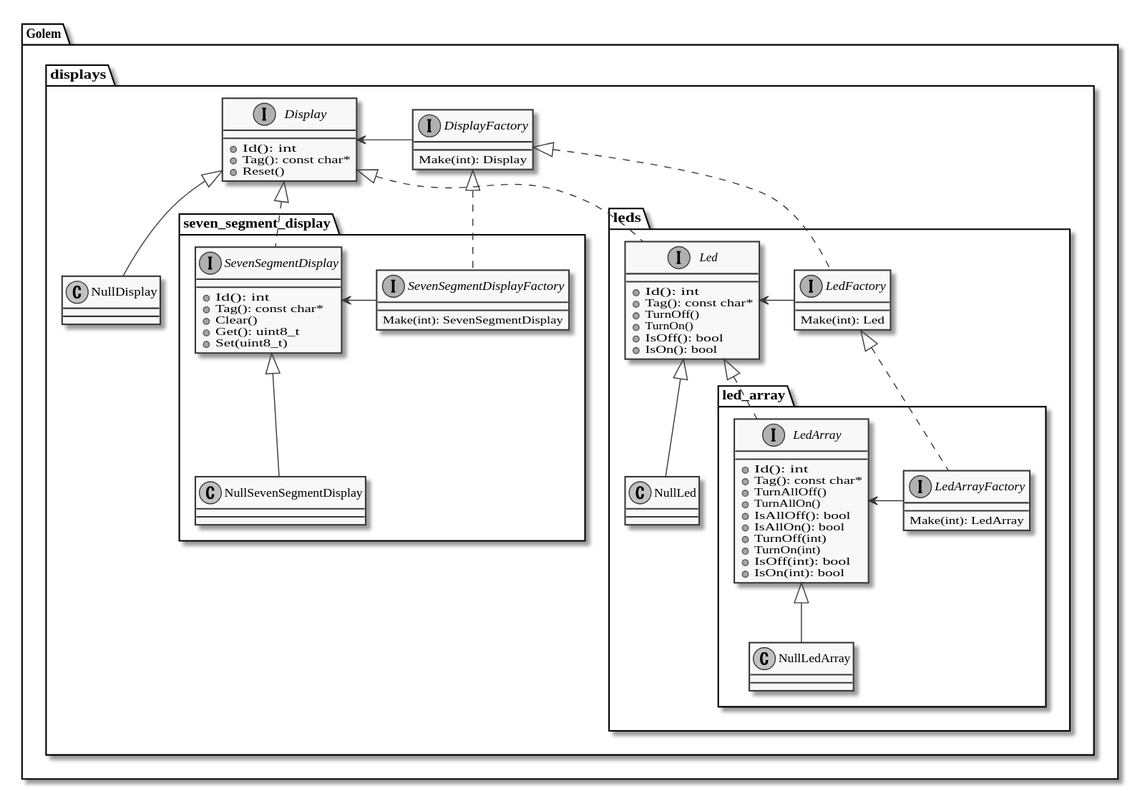
The PlantUML diagram doc/display_class_diagram.svg in kokabe2/golem, before a commit.
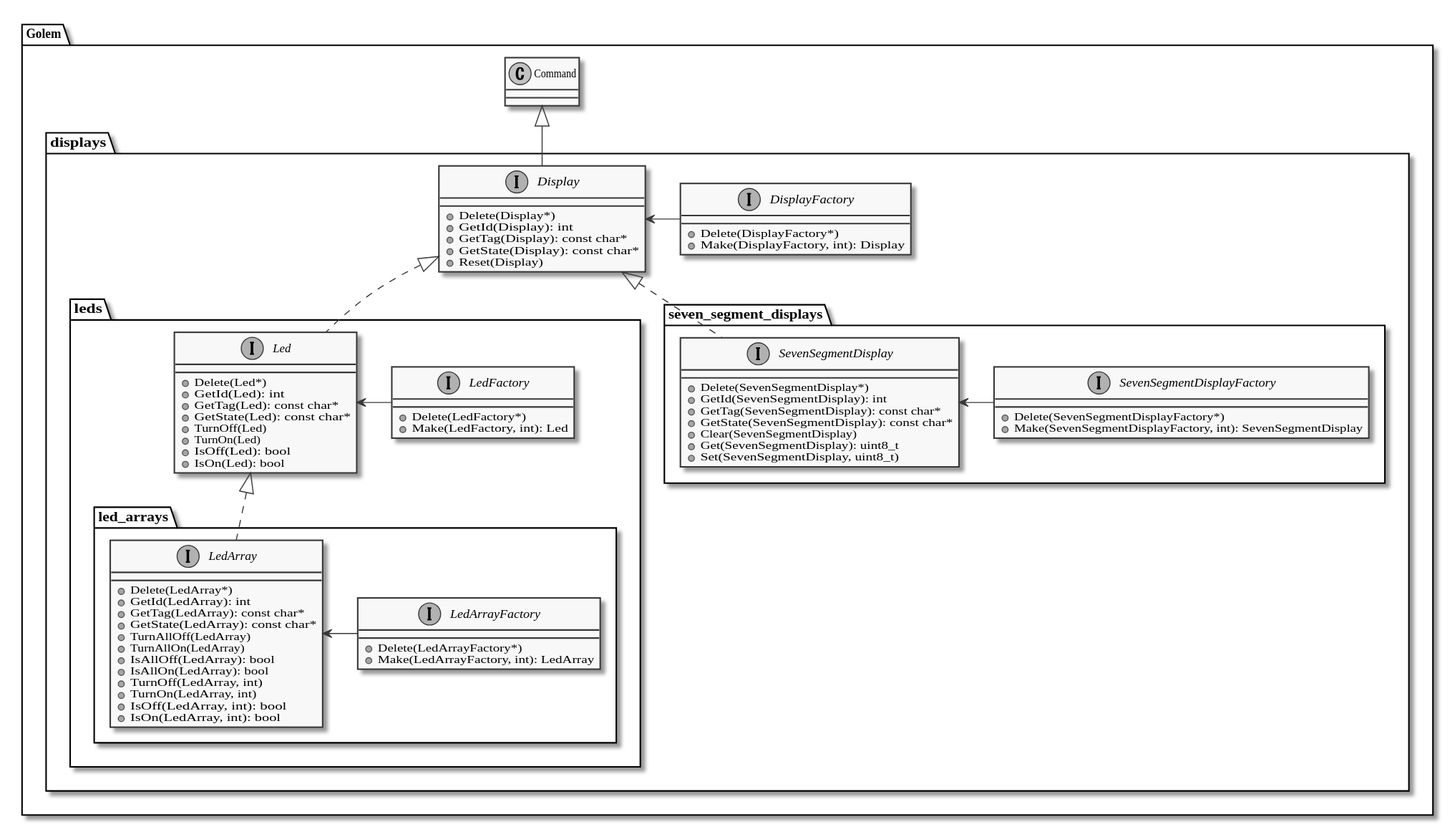
The same diagram one commit later.

Commit message:
Update class diagram

The edit, as a diff of the source:
```diff
@@ -7,73 +7,87 @@
 package Golem {
     folder displays {
         interface Display {
-            + Id(): int
-            + Tag(): const char*
-            + Reset()
+            + Delete(Display*)
+            + GetId(Display): int
+            + GetTag(Display): const char*
+            + GetState(Display): const char*
+            + Reset(Display)
         }
+
         interface DisplayFactory {
-            Make(int): Display
+            + Delete(DisplayFactory*)
+            + Make(DisplayFactory, int): Display
         }
-        class NullDisplay
+
         folder leds {
             interface Led {
-                + Id(): int
-                + Tag(): const char*
-                + TurnOff()
-                + TurnOn()
-                + IsOff(): bool
-                + IsOn(): bool
+                + Delete(Led*)
+                + GetId(Led): int
+                + GetTag(Led): const char*
+                + GetState(Led): const char*
+                + TurnOff(Led)
+                + TurnOn(Led)
+                + IsOff(Led): bool
+                + IsOn(Led): bool
             }
+
             interface LedFactory {
-                Make(int): Led
+                + Delete(LedFactory*)
+                + Make(LedFactory, int): Led
             }
-            class NullLed
-            folder led_array {
+
+            folder led_arrays {
                 interface LedArray {
-                + Id(): int
-                + Tag(): const char*
-                + TurnAllOff()
-                + TurnAllOn()
-                + IsAllOff(): bool
-                + IsAllOn(): bool
-                + TurnOff(int)
-                + TurnOn(int)
-                + IsOff(int): bool
-                + IsOn(int): bool
+                    + Delete(LedArray*)
+                    + GetId(LedArray): int
+                    + GetTag(LedArray): const char*
+                    + GetState(LedArray): const char*
+                    + TurnAllOff(LedArray)
+                    + TurnAllOn(LedArray)
+                    + IsAllOff(LedArray): bool
+                    + IsAllOn(LedArray): bool
+                    + TurnOff(LedArray, int)
+                    + TurnOn(LedArray, int)
+                    + IsOff(LedArray, int): bool
+                    + IsOn(LedArray, int): bool
                 }
+
                 interface LedArrayFactory {
-                    Make(int): LedArray
+                    + Delete(LedArrayFactory*)
+                    + Make(LedArrayFactory, int): LedArray
                 }
-                class NullLedArray
+
                 LedArray <- LedArrayFactory
-                LedArray <|-- NullLedArray
-                Led <|.. LedArray
-                LedFactory <|.. LedArrayFactory
             }
+
             Led <- LedFactory
-            Led <|-- NullLed
+            Led <|.. LedArray
         }
-        folder seven_segment_display {
+
+        folder seven_segment_displays {
             interface SevenSegmentDisplay {
-                + Id(): int
-                + Tag(): const char*
-                + Clear()
-                + Get(): uint8_t
-                + Set(uint8_t)
+                + Delete(SevenSegmentDisplay*)
+                + GetId(SevenSegmentDisplay): int
+                + GetTag(SevenSegmentDisplay): const char*
+                + GetState(SevenSegmentDisplay): const char*
+                + Clear(SevenSegmentDisplay)
+                + Get(SevenSegmentDisplay): uint8_t
+                + Set(SevenSegmentDisplay, uint8_t)
             }
+
             interface SevenSegmentDisplayFactory {
-                Make(int): SevenSegmentDisplay
+                + Delete(SevenSegmentDisplayFactory*)
+                + Make(SevenSegmentDisplayFactory, int): SevenSegmentDisplay
             }
-            class NullSevenSegmentDisplay
+
             SevenSegmentDisplay <- SevenSegmentDisplayFactory
-            SevenSegmentDisplay <|-- NullSevenSegmentDisplay
         }
+
         Display <- DisplayFactory
-        Display <|-- NullDisplay
         Display <|.. Led
-        DisplayFactory <|.. LedFactory
         Display <|.. SevenSegmentDisplay
-        DisplayFactory <|.. SevenSegmentDisplayFactory
     }
+
+    Command <|-- Display
 }
 @enduml
```
